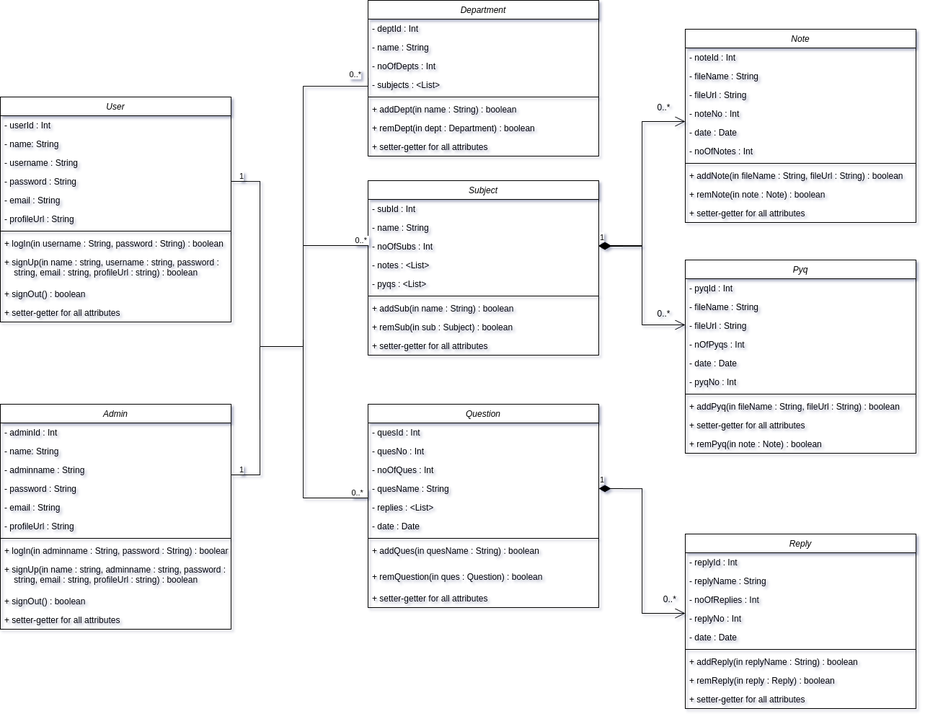
Above: ClassDiagram.drawio.png in AnirudhHanda/OneStop-ClassDiagram (draw.io), before the change. Source tidied: cells renumbered, new cells last; positions are measured from the earlier drawing's top-left corner, leaving out a move shared by most shapes.
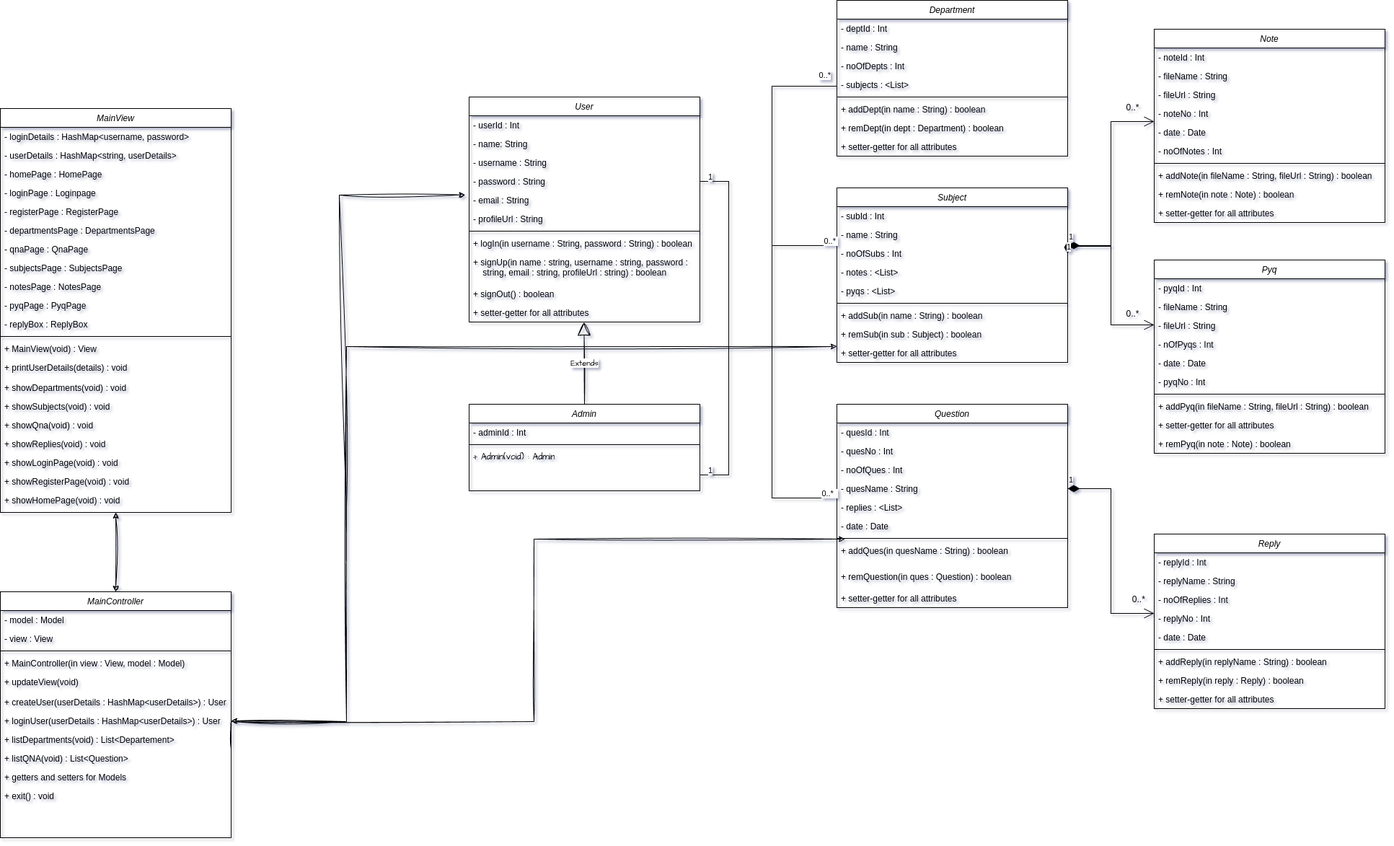
The same diagram one commit later.

Change to the diagram source:
```diff
@@ -88,7 +88,7 @@
       </mxGeometry>
     </mxCell>
     <mxCell id="26" value="Subject" style="swimlane;fontStyle=2;align=center;verticalAlign=top;horizontal=1;startSize=26;rounded=0;shadow=0;strokeWidth=1;" parent="1" vertex="1">
-      <mxGeometry x="510" y="250" width="320" height="242" as="geometry" />
+      <mxGeometry x="510" y="260" width="320" height="242" as="geometry" />
     </mxCell>
     <mxCell id="27" value="- subId : Int" style="text;align=left;verticalAlign=top;spacingLeft=4;spacingRight=4;overflow=hidden;rounded=0;shadow=0;html=0;" parent="26" vertex="1">
       <mxGeometry y="26" width="320" height="26" as="geometry" />
@@ -306,41 +306,17 @@
       <mxGeometry x="910" y="816" width="40" height="30" as="geometry" />
     </mxCell>
     <mxCell id="89" value="Admin" style="swimlane;fontStyle=2;align=center;verticalAlign=top;horizontal=1;startSize=26;rounded=0;shadow=0;strokeWidth=1;" parent="1" vertex="1">
-      <mxGeometry y="560" width="320" height="312" as="geometry" />
+      <mxGeometry y="560" width="320" height="120" as="geometry" />
     </mxCell>
     <mxCell id="90" value="- adminId : Int" style="text;align=left;verticalAlign=top;spacingLeft=4;spacingRight=4;overflow=hidden;rounded=0;shadow=0;html=0;" parent="89" vertex="1">
       <mxGeometry y="26" width="320" height="26" as="geometry" />
     </mxCell>
-    <mxCell id="91" value="- name: String" style="text;align=left;verticalAlign=top;spacingLeft=4;spacingRight=4;overflow=hidden;rounded=0;shadow=0;html=0;" parent="89" vertex="1">
-      <mxGeometry y="52" width="320" height="26" as="geometry" />
-    </mxCell>
-    <mxCell id="92" value="- adminname : String" style="text;align=left;verticalAlign=top;spacingLeft=4;spacingRight=4;overflow=hidden;" parent="89" vertex="1">
-      <mxGeometry y="78" width="320" height="26" as="geometry" />
-    </mxCell>
-    <mxCell id="93" value="- password : String" style="text;align=left;verticalAlign=top;spacingLeft=4;spacingRight=4;overflow=hidden;rounded=0;shadow=0;html=0;" parent="89" vertex="1">
-      <mxGeometry y="104" width="320" height="26" as="geometry" />
-    </mxCell>
-    <mxCell id="94" value="- email : String" style="text;align=left;verticalAlign=top;spacingLeft=4;spacingRight=4;overflow=hidden;rounded=0;shadow=0;html=0;" parent="89" vertex="1">
-      <mxGeometry y="130" width="320" height="26" as="geometry" />
-    </mxCell>
-    <mxCell id="95" value="- profileUrl : String" style="text;align=left;verticalAlign=top;spacingLeft=4;spacingRight=4;overflow=hidden;rounded=0;shadow=0;html=0;" parent="89" vertex="1">
-      <mxGeometry y="156" width="320" height="26" as="geometry" />
-    </mxCell>
     <mxCell id="96" style="line;html=1;strokeWidth=1;align=left;verticalAlign=middle;spacingTop=-1;spacingLeft=3;spacingRight=3;labelPosition=right;" parent="89" vertex="1">
-      <mxGeometry y="182" width="320" height="8" as="geometry" />
+      <mxGeometry y="52" width="320" height="8" as="geometry" />
     </mxCell>
-    <mxCell id="97" value="+ logIn(in adminname : String, password : String) : boolean" style="text;align=left;verticalAlign=top;spacingLeft=4;spacingRight=4;overflow=hidden;" parent="89" vertex="1">
-      <mxGeometry y="190" width="320" height="26" as="geometry" />
-    </mxCell>
-    <mxCell id="98" value="+ signUp(in name : string, adminname : string, password : &#10;    string, email : string, profileUrl : string) : boolean" style="text;align=left;verticalAlign=top;spacingLeft=4;spacingRight=4;overflow=hidden;" parent="89" vertex="1">
-      <mxGeometry y="216" width="320" height="44" as="geometry" />
-    </mxCell>
-    <mxCell id="99" value="+ signOut() : boolean" style="text;align=left;verticalAlign=top;spacingLeft=4;spacingRight=4;overflow=hidden;" parent="89" vertex="1">
-      <mxGeometry y="260" width="320" height="26" as="geometry" />
-    </mxCell>
-    <mxCell id="100" value="+ setter-getter for all attributes" style="text;align=left;verticalAlign=top;spacingLeft=4;spacingRight=4;overflow=hidden;" parent="89" vertex="1">
-      <mxGeometry y="286" width="320" height="26" as="geometry" />
-    </mxCell>
+    <mxCell id="103" value="+ Admin(void) : Admin" style="text;strokeColor=none;fillColor=none;align=left;verticalAlign=top;spacingLeft=4;spacingRight=4;overflow=hidden;whiteSpace=wrap;html=1;fontFamily=Architects Daughter;fontSource=https%3A%2F%2Ffonts.googleapis.com%2Fcss%3Ffamily%3DArchitects%2BDaughter;" parent="89" vertex="1">
+      <mxGeometry y="60" width="320" height="26" as="geometry" />
+    </mxCell>
     <mxCell id="101" style="endArrow=none;html=1;edgeStyle=orthogonalEdgeStyle;rounded=0;exitX=1;exitY=0.5;exitDx=0;exitDy=0;" parent="1" edge="1">
       <mxGeometry relative="1" as="geometry">
         <mxPoint x="320" y="658" as="sourcePoint" />
@@ -355,5 +331,144 @@
         <mxPoint x="10" as="offset" />
       </mxGeometry>
     </mxCell>
+    <mxCell id="104" value="MainController" style="swimlane;fontStyle=2;align=center;verticalAlign=top;horizontal=1;startSize=26;rounded=0;shadow=0;strokeWidth=1;" parent="1" vertex="1">
+      <mxGeometry x="-650" y="820" width="320" height="341" as="geometry" />
+    </mxCell>
+    <mxCell id="105" value="- model : Model" style="text;align=left;verticalAlign=top;spacingLeft=4;spacingRight=4;overflow=hidden;rounded=0;shadow=0;html=0;" parent="104" vertex="1">
+      <mxGeometry y="26" width="320" height="26" as="geometry" />
+    </mxCell>
+    <mxCell id="106" value="- view : View" style="text;align=left;verticalAlign=top;spacingLeft=4;spacingRight=4;overflow=hidden;rounded=0;shadow=0;html=0;" parent="104" vertex="1">
+      <mxGeometry y="52" width="320" height="26" as="geometry" />
+    </mxCell>
+    <mxCell id="107" style="line;html=1;strokeWidth=1;align=left;verticalAlign=middle;spacingTop=-1;spacingLeft=3;spacingRight=3;labelPosition=right;" parent="104" vertex="1">
+      <mxGeometry y="78" width="320" height="8" as="geometry" />
+    </mxCell>
+    <mxCell id="108" value="+ MainController(in view : View, model : Model)" style="text;align=left;verticalAlign=top;spacingLeft=4;spacingRight=4;overflow=hidden;" parent="104" vertex="1">
+      <mxGeometry y="86" width="320" height="26" as="geometry" />
+    </mxCell>
+    <mxCell id="109" value="+ updateView(void)" style="text;align=left;verticalAlign=top;spacingLeft=4;spacingRight=4;overflow=hidden;" parent="104" vertex="1">
+      <mxGeometry y="112" width="320" height="28" as="geometry" />
+    </mxCell>
+    <mxCell id="110" value="+ createUser(userDetails : HashMap&lt;userDetails&gt;) : User" style="text;align=left;verticalAlign=top;spacingLeft=4;spacingRight=4;overflow=hidden;" parent="104" vertex="1">
+      <mxGeometry y="140" width="320" height="26" as="geometry" />
+    </mxCell>
+    <mxCell id="111" value="+ loginUser(userDetails : HashMap&lt;userDetails&gt;) : User" style="text;align=left;verticalAlign=top;spacingLeft=4;spacingRight=4;overflow=hidden;points=[[0,0.5],[1,0.5]];portConstraint=eastwest;" parent="104" vertex="1">
+      <mxGeometry y="166" width="320" height="26" as="geometry" />
+    </mxCell>
+    <mxCell id="112" value="+ listDepartments(void) : List&lt;Departement&gt;" style="text;align=left;verticalAlign=top;spacingLeft=4;spacingRight=4;overflow=hidden;points=[[0,0.5],[1,0.5]];portConstraint=eastwest;" parent="104" vertex="1">
+      <mxGeometry y="192" width="320" height="26" as="geometry" />
+    </mxCell>
+    <mxCell id="113" value="+ listQNA(void) : List&lt;Question&gt;" style="text;align=left;verticalAlign=top;spacingLeft=4;spacingRight=4;overflow=hidden;points=[[0,0.5],[1,0.5]];portConstraint=eastwest;" parent="104" vertex="1">
+      <mxGeometry y="218" width="320" height="26" as="geometry" />
+    </mxCell>
+    <mxCell id="114" value="+ getters and setters for Models" style="text;align=left;verticalAlign=top;spacingLeft=4;spacingRight=4;overflow=hidden;" parent="104" vertex="1">
+      <mxGeometry y="244" width="320" height="26" as="geometry" />
+    </mxCell>
+    <mxCell id="115" value="+ exit() : void" style="text;align=left;verticalAlign=top;spacingLeft=4;spacingRight=4;overflow=hidden;" parent="104" vertex="1">
+      <mxGeometry y="270" width="320" height="26" as="geometry" />
+    </mxCell>
+    <mxCell id="116" value="MainView" style="swimlane;fontStyle=2;align=center;verticalAlign=top;horizontal=1;startSize=26;rounded=0;shadow=0;strokeWidth=1;" parent="1" vertex="1">
+      <mxGeometry x="-650" y="150" width="320" height="560" as="geometry" />
+    </mxCell>
+    <mxCell id="117" value="- loginDetails : HashMap&lt;username, password&gt;" style="text;align=left;verticalAlign=top;spacingLeft=4;spacingRight=4;overflow=hidden;rounded=0;shadow=0;html=0;" parent="116" vertex="1">
+      <mxGeometry y="26" width="320" height="26" as="geometry" />
+    </mxCell>
+    <mxCell id="118" value="- userDetails : HashMap&lt;string, userDetails&gt;" style="text;align=left;verticalAlign=top;spacingLeft=4;spacingRight=4;overflow=hidden;rounded=0;shadow=0;html=0;" parent="116" vertex="1">
+      <mxGeometry y="52" width="320" height="26" as="geometry" />
+    </mxCell>
+    <mxCell id="119" value="- homePage : HomePage" style="text;align=left;verticalAlign=top;spacingLeft=4;spacingRight=4;overflow=hidden;rounded=0;shadow=0;html=0;" parent="116" vertex="1">
+      <mxGeometry y="78" width="320" height="26" as="geometry" />
+    </mxCell>
+    <mxCell id="120" value="- loginPage : Loginpage" style="text;align=left;verticalAlign=top;spacingLeft=4;spacingRight=4;overflow=hidden;rounded=0;shadow=0;html=0;" parent="116" vertex="1">
+      <mxGeometry y="104" width="320" height="26" as="geometry" />
+    </mxCell>
+    <mxCell id="121" value="- registerPage : RegisterPage" style="text;align=left;verticalAlign=top;spacingLeft=4;spacingRight=4;overflow=hidden;rounded=0;shadow=0;html=0;" parent="116" vertex="1">
+      <mxGeometry y="130" width="320" height="26" as="geometry" />
+    </mxCell>
+    <mxCell id="122" value="- departmentsPage : DepartmentsPage" style="text;align=left;verticalAlign=top;spacingLeft=4;spacingRight=4;overflow=hidden;rounded=0;shadow=0;html=0;" parent="116" vertex="1">
+      <mxGeometry y="156" width="320" height="26" as="geometry" />
+    </mxCell>
+    <mxCell id="123" value="- qnaPage : QnaPage" style="text;align=left;verticalAlign=top;spacingLeft=4;spacingRight=4;overflow=hidden;rounded=0;shadow=0;html=0;" parent="116" vertex="1">
+      <mxGeometry y="182" width="320" height="26" as="geometry" />
+    </mxCell>
+    <mxCell id="124" value="- subjectsPage : SubjectsPage" style="text;align=left;verticalAlign=top;spacingLeft=4;spacingRight=4;overflow=hidden;rounded=0;shadow=0;html=0;" parent="116" vertex="1">
+      <mxGeometry y="208" width="320" height="26" as="geometry" />
+    </mxCell>
+    <mxCell id="125" value="- notesPage : NotesPage" style="text;align=left;verticalAlign=top;spacingLeft=4;spacingRight=4;overflow=hidden;rounded=0;shadow=0;html=0;" parent="116" vertex="1">
+      <mxGeometry y="234" width="320" height="26" as="geometry" />
+    </mxCell>
+    <mxCell id="126" value="- pyqPage : PyqPage" style="text;align=left;verticalAlign=top;spacingLeft=4;spacingRight=4;overflow=hidden;rounded=0;shadow=0;html=0;" parent="116" vertex="1">
+      <mxGeometry y="260" width="320" height="26" as="geometry" />
+    </mxCell>
+    <mxCell id="127" value="- replyBox : ReplyBox" style="text;align=left;verticalAlign=top;spacingLeft=4;spacingRight=4;overflow=hidden;rounded=0;shadow=0;html=0;" parent="116" vertex="1">
+      <mxGeometry y="286" width="320" height="26" as="geometry" />
+    </mxCell>
+    <mxCell id="128" style="line;html=1;strokeWidth=1;align=left;verticalAlign=middle;spacingTop=-1;spacingLeft=3;spacingRight=3;labelPosition=right;" parent="116" vertex="1">
+      <mxGeometry y="312" width="320" height="8" as="geometry" />
+    </mxCell>
+    <mxCell id="129" value="+ MainView(void) : View" style="text;align=left;verticalAlign=top;spacingLeft=4;spacingRight=4;overflow=hidden;" parent="116" vertex="1">
+      <mxGeometry y="320" width="320" height="26" as="geometry" />
+    </mxCell>
+    <mxCell id="130" value="+ printUserDetails(details) : void" style="text;align=left;verticalAlign=top;spacingLeft=4;spacingRight=4;overflow=hidden;" parent="116" vertex="1">
+      <mxGeometry y="346" width="320" height="28" as="geometry" />
+    </mxCell>
+    <mxCell id="131" value="+ showDepartments(void) : void" style="text;align=left;verticalAlign=top;spacingLeft=4;spacingRight=4;overflow=hidden;" parent="116" vertex="1">
+      <mxGeometry y="374" width="320" height="26" as="geometry" />
+    </mxCell>
+    <mxCell id="132" value="+ showSubjects(void) : void" style="text;align=left;verticalAlign=top;spacingLeft=4;spacingRight=4;overflow=hidden;" parent="116" vertex="1">
+      <mxGeometry y="400" width="320" height="26" as="geometry" />
+    </mxCell>
+    <mxCell id="133" value="+ showQna(void) : void" style="text;align=left;verticalAlign=top;spacingLeft=4;spacingRight=4;overflow=hidden;" parent="116" vertex="1">
+      <mxGeometry y="426" width="320" height="26" as="geometry" />
+    </mxCell>
+    <mxCell id="134" value="+ showReplies(void) : void" style="text;align=left;verticalAlign=top;spacingLeft=4;spacingRight=4;overflow=hidden;" parent="116" vertex="1">
+      <mxGeometry y="452" width="320" height="26" as="geometry" />
+    </mxCell>
+    <mxCell id="135" value="+ showLoginPage(void) : void" style="text;align=left;verticalAlign=top;spacingLeft=4;spacingRight=4;overflow=hidden;" parent="116" vertex="1">
+      <mxGeometry y="478" width="320" height="26" as="geometry" />
+    </mxCell>
+    <mxCell id="136" value="+ showRegisterPage(void) : void" style="text;align=left;verticalAlign=top;spacingLeft=4;spacingRight=4;overflow=hidden;" parent="116" vertex="1">
+      <mxGeometry y="504" width="320" height="26" as="geometry" />
+    </mxCell>
+    <mxCell id="137" value="+ showHomePage(void) : void" style="text;align=left;verticalAlign=top;spacingLeft=4;spacingRight=4;overflow=hidden;" parent="116" vertex="1">
+      <mxGeometry y="530" width="320" height="26" as="geometry" />
+    </mxCell>
+    <mxCell id="138" style="endArrow=classic;startArrow=classic;html=1;rounded=0;sketch=1;hachureGap=4;jiggle=2;curveFitting=1;fontFamily=Architects Daughter;fontSource=https%3A%2F%2Ffonts.googleapis.com%2Fcss%3Ffamily%3DArchitects%2BDaughter;exitX=0.5;exitY=0;exitDx=0;exitDy=0;" parent="1" edge="1" source="104">
+      <mxGeometry relative="1" as="geometry">
+        <mxPoint x="-490" y="710" as="targetPoint" />
+      </mxGeometry>
+    </mxCell>
+    <mxCell id="139" style="endArrow=classic;startArrow=classic;html=1;rounded=0;sketch=1;hachureGap=4;jiggle=2;curveFitting=1;fontFamily=Architects Daughter;fontSource=https%3A%2F%2Ffonts.googleapis.com%2Fcss%3Ffamily%3DArchitects%2BDaughter;exitX=1;exitY=0.5;exitDx=0;exitDy=0;entryX=-0.017;entryY=0.218;entryDx=0;entryDy=0;entryPerimeter=0;" parent="1" edge="1" source="111" target="7">
+      <mxGeometry relative="1" as="geometry">
+        <Array as="points">
+          <mxPoint x="-170" y="1000" />
+          <mxPoint x="-170" y="703" />
+          <mxPoint x="-180" y="270" />
+        </Array>
+      </mxGeometry>
+    </mxCell>
+    <mxCell id="140" value="Extends" style="endArrow=block;endSize=16;endFill=0;html=1;rounded=0;sketch=1;hachureGap=4;jiggle=2;curveFitting=1;fontFamily=Architects Daughter;fontSource=https%3A%2F%2Ffonts.googleapis.com%2Fcss%3Ffamily%3DArchitects%2BDaughter;entryX=0.498;entryY=1.013;entryDx=0;entryDy=0;entryPerimeter=0;exitX=0.5;exitY=0;exitDx=0;exitDy=0;" parent="1" edge="1" source="89" target="13">
+      <mxGeometry relative="1" as="geometry" />
+    </mxCell>
+    <mxCell id="141" style="edgeStyle=orthogonalEdgeStyle;rounded=0;sketch=1;hachureGap=4;jiggle=2;curveFitting=1;jettySize=auto;html=1;entryX=0.035;entryY=-0.085;entryDx=0;entryDy=0;entryPerimeter=0;fontFamily=Architects Daughter;fontSource=https%3A%2F%2Ffonts.googleapis.com%2Fcss%3Ffamily%3DArchitects%2BDaughter;" parent="1" edge="1" source="112" target="46">
+      <mxGeometry relative="1" as="geometry">
+        <Array as="points">
+          <mxPoint x="-330" y="1000" />
+          <mxPoint x="90" y="1000" />
+          <mxPoint x="90" y="747" />
+        </Array>
+      </mxGeometry>
+    </mxCell>
+    <mxCell id="142" style="edgeStyle=orthogonalEdgeStyle;rounded=0;sketch=1;hachureGap=4;jiggle=2;curveFitting=1;jettySize=auto;html=1;fontFamily=Architects Daughter;fontSource=https%3A%2F%2Ffonts.googleapis.com%2Fcss%3Ffamily%3DArchitects%2BDaughter;" parent="1" edge="1" source="113">
+      <mxGeometry relative="1" as="geometry">
+        <mxPoint x="510" y="480" as="targetPoint" />
+        <Array as="points">
+          <mxPoint x="-330" y="1000" />
+          <mxPoint x="-170" y="1000" />
+          <mxPoint x="-170" y="480" />
+          <mxPoint x="510" y="480" />
+        </Array>
+      </mxGeometry>
+    </mxCell>
   </root>
 </mxGraphModel>
```
